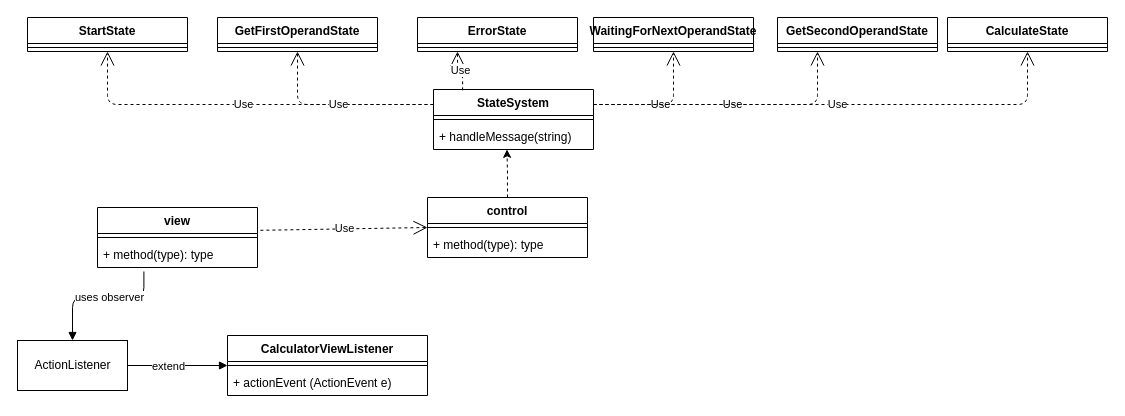
Above: Final Project.drawio in parveshj/SE575 (draw.io), before the change. Source tidied: cells renumbered, new cells numbered last; positions are measured from the earlier drawing's top-left corner, leaving out a move shared by most shapes. Both pictures are drawn from the tidied source at 100%, with x=0, y=0 at pixel (17, 17).
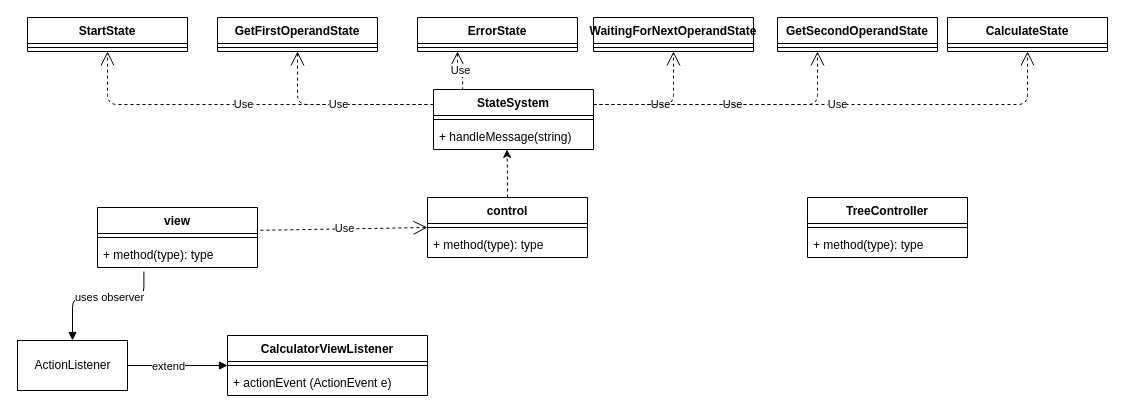
The same diagram, later.

What changed in the source:
```diff
@@
+    <mxCell id="39" value="TreeController" style="swimlane;fontStyle=1;align=center;verticalAlign=top;horizontal=1;startSize=26;" parent="1" vertex="1">
+      <mxGeometry x="790" y="180" width="160" height="60" as="geometry" />
+    </mxCell>
+    <mxCell id="40" style="line;strokeWidth=1;fillColor=none;align=left;verticalAlign=middle;spacingTop=-1;spacingLeft=3;spacingRight=3;labelPosition=right;" parent="39" vertex="1">
+      <mxGeometry y="26" width="160" height="8" as="geometry" />
+    </mxCell>
+    <mxCell id="41" value="+ method(type): type" style="text;strokeColor=none;fillColor=none;align=left;verticalAlign=top;spacingLeft=4;spacingRight=4;overflow=hidden;" parent="39" vertex="1">
+      <mxGeometry y="34" width="160" height="26" as="geometry" />
+    </mxCell>
```
